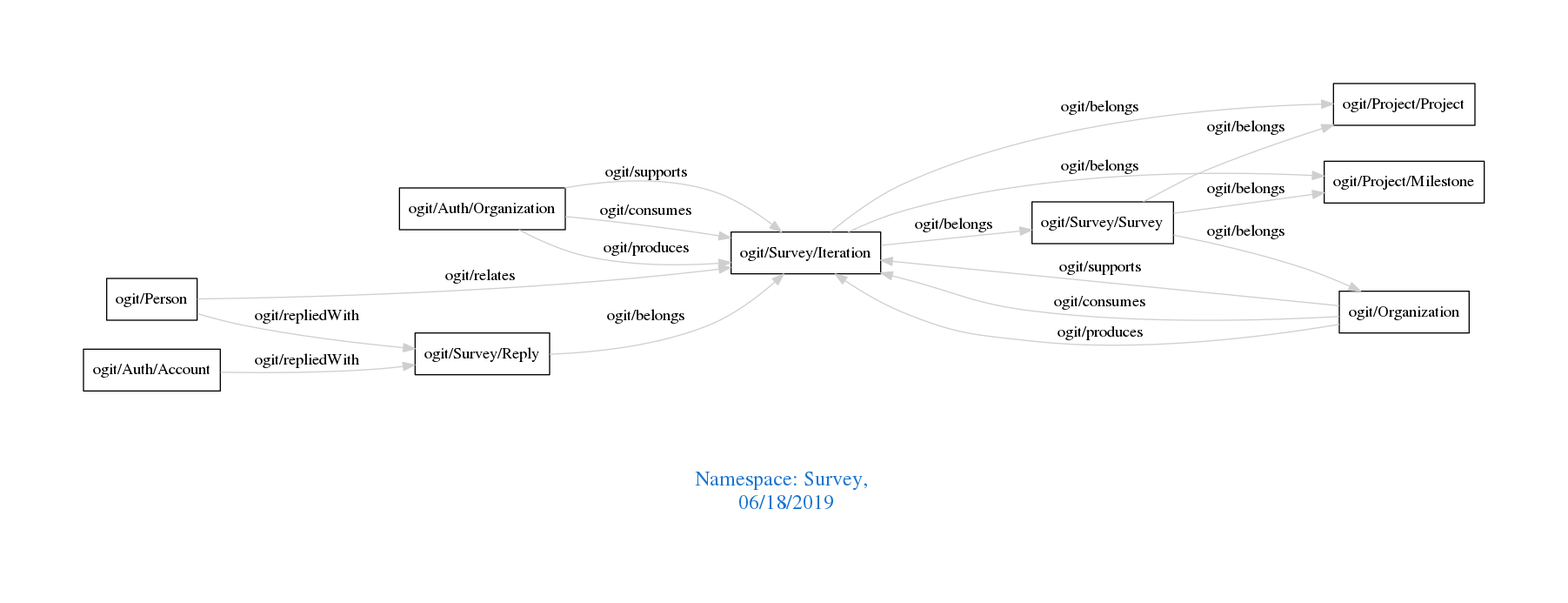
Above: downloads/Survey.png in arago/OGIT (Graphviz), before the change. Its source is kept beside it as downloads/Survey.dot.
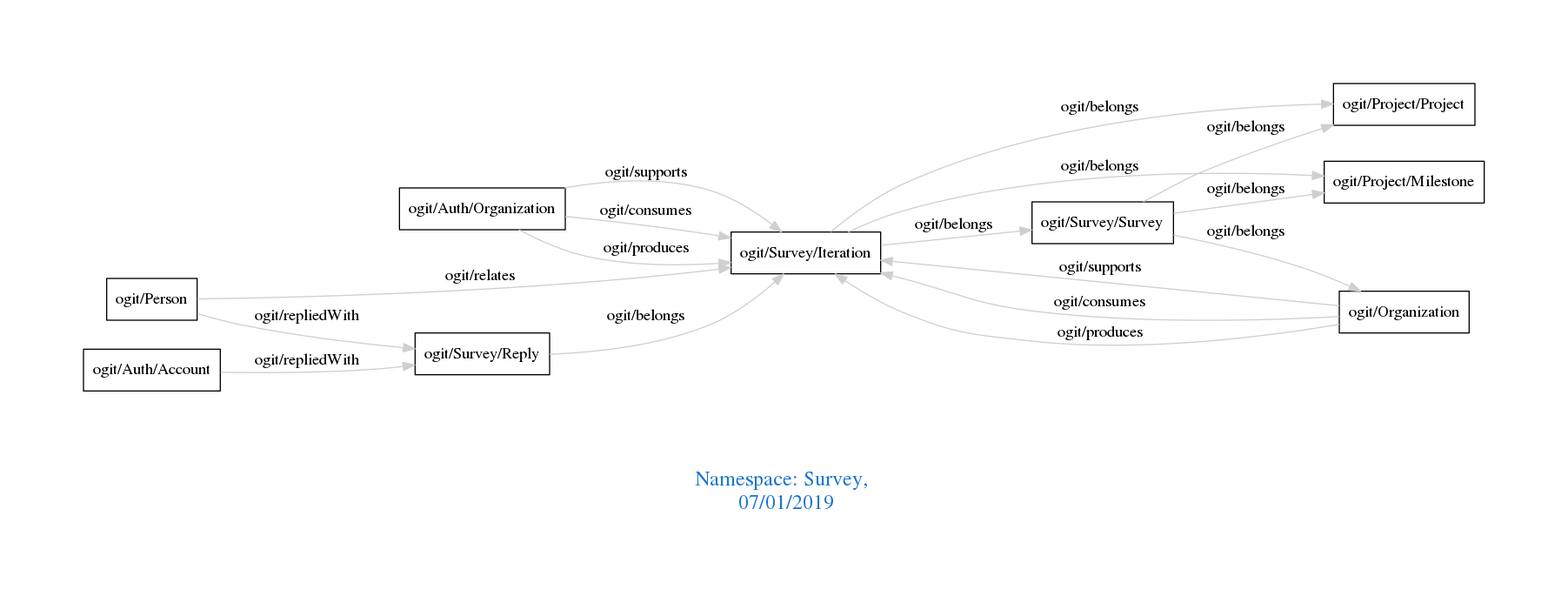
The same file after the commit.

The edit, as a diff of the source:
```diff
@@ -1,7 +1,7 @@
 digraph OGIT_ontology {
  graph [ rankdir= LR,pad=1
 fontsize = 18,
-fontcolor= dodgerblue3,label = "\n\n\nNamespace: Survey, \n 06/18/2019"];
+fontcolor= dodgerblue3,label = "\n\n\nNamespace: Survey, \n 07/01/2019"];
 node[shape=polygon];
 edge [  color="gray81"];
 
```
